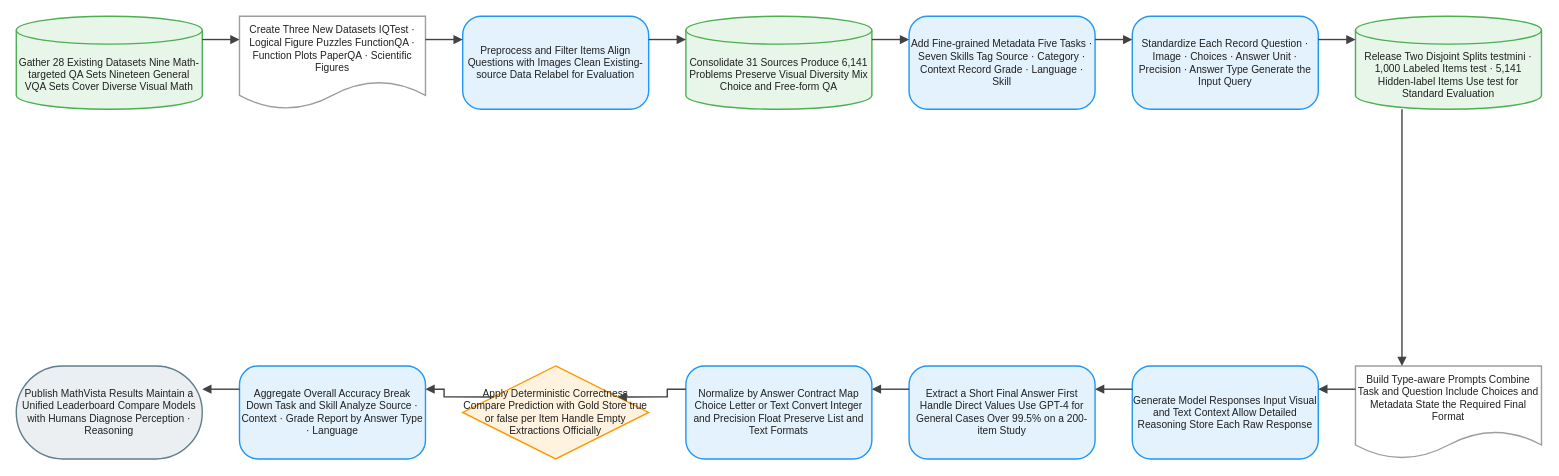
Before: client/public/drawio/MathVista/MathVista.en.drawio in joe1chief/benchmark-hub, a draw.io diagram. Source tidied: cells renumbered, new cells numbered last; positions are measured from the earlier drawing's top-left corner, leaving out a move shared by most shapes. Both pictures are drawn from the tidied source at 93%, with x=0, y=0 at pixel (16, 16).
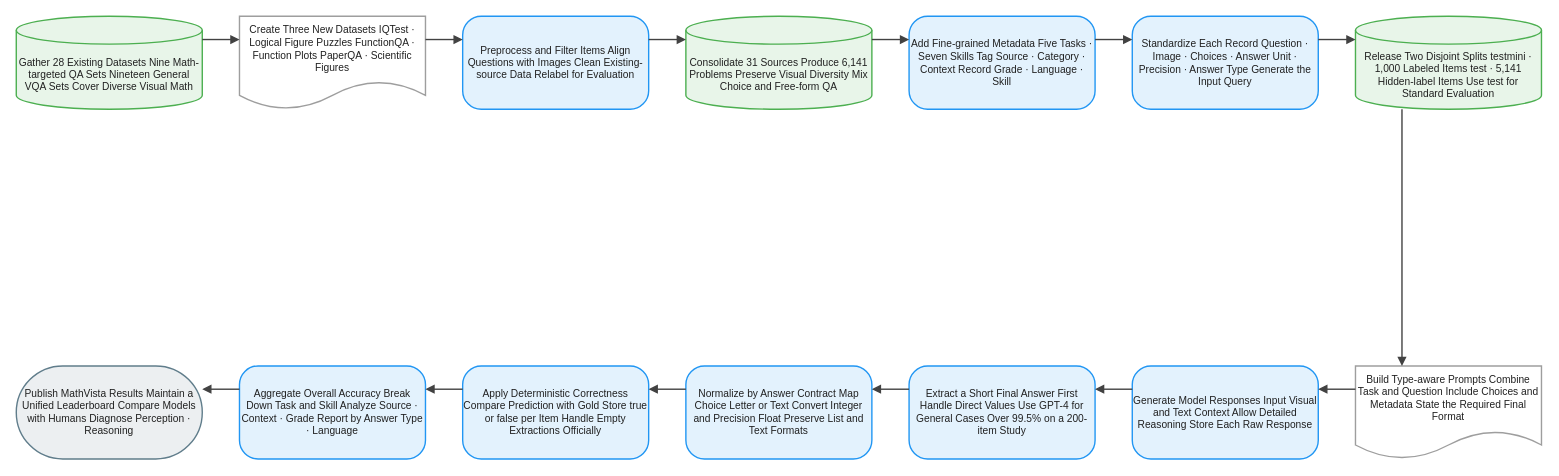
After the change.

Diff of the diagram source:
```diff
@@
-    <mxCell id="13" value="Apply Deterministic Correctness Compare Prediction with Gold Store true or false per Item Handle Empty Extractions Officially" style="rhombus;html=1;whiteSpace=wrap;fillColor=#FFF3E0;strokeColor=#FF9800;strokeWidth=1.5;fontColor=#212121;fontSize=11;fontFamily=Arial, Helvetica, sans-serif;verticalAlign=middle;align=center;" parent="1" vertex="1">
+    <mxCell id="13" value="Apply Deterministic Correctness Compare Prediction with Gold Store true or false per Item Handle Empty Extractions Officially" style="rounded=1;arcSize=20;html=1;whiteSpace=wrap;fillColor=#E3F2FD;strokeColor=#2196F3;strokeWidth=1.5;fontColor=#212121;fontSize=11;fontFamily=Arial, Helvetica, sans-serif;verticalAlign=middle;align=center;" parent="1" vertex="1">
       <mxGeometry x="480" y="376" width="200" height="100" as="geometry" />
     </mxCell>
```
